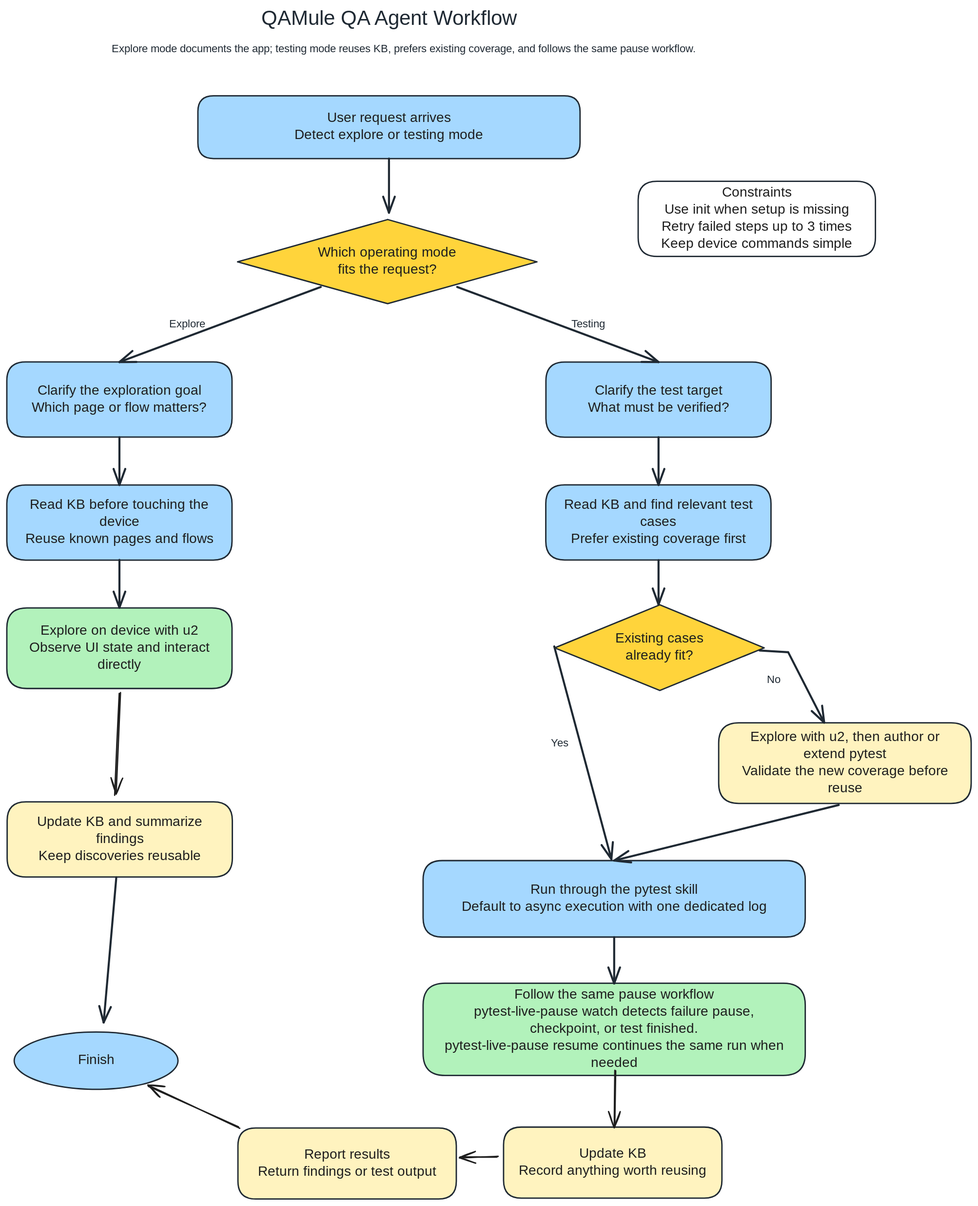
The Excalidraw diagram qa-agent-workflow-bilingual.excalidraw.svg in lanbaoshen/QAMule, before a commit. Source tidied: one line per element, renumbered; positions are measured from the earlier drawing's top-left corner, leaving out a move shared by most shapes.
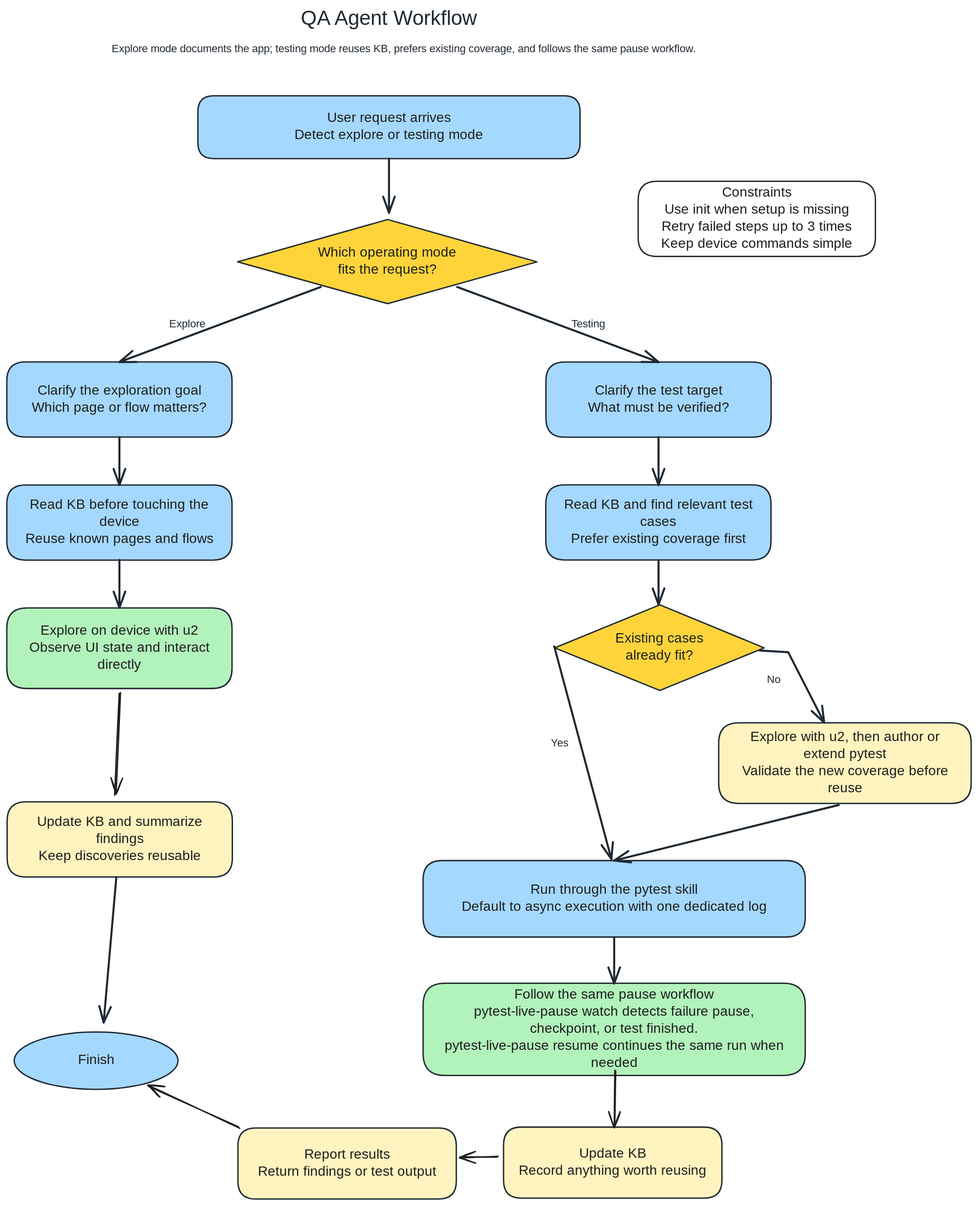
After the change.

Commit message:
fix: update agent names in SKILL.md for consistency and clarity

Diff of the diagram source:
```diff
@@ -1,4 +1,4 @@
-{"id": 0, "type": "text", "text": "QAMule QA Agent Workflow", "strokeColor": "#1f2933", "strokeWidth": 1, "roughness": 0, "fontSize": 30, "fontFamily": 5, "textAlign": "center", "x": 360, "y": 0, "width": 400, "height": 38}
+{"id": 0, "type": "text", "text": "QA Agent Workflow", "strokeColor": "#1f2933", "strokeWidth": 1, "roughness": 0, "fontSize": 30, "fontFamily": 5, "textAlign": "center", "x": 419, "y": 0, "width": 282, "height": 38}
 {"id": 1, "type": "text", "text": "Explore mode documents the app; testing mode reuses KB, prefers existing coverage, and follows the same pause workflow.", "strokeColor": "#1f2933", "strokeWidth": 1, "roughness": 0, "fontSize": 16, "fontFamily": 5, "textAlign": "center", "verticalAlign": "middle", "x": 100, "y": 52, "width": 963, "height": 20}
 {"id": 2, "type": "rectangle", "strokeColor": "#1f2933", "backgroundColor": "#a5d8ff", "fillStyle": "solid", "strokeWidth": 2, "roughness": 0, "round": true, "x": 280, "y": 130, "width": 560, "height": 92}
 {"id": 3, "type": "text", "text": "User request arrives\nDetect explore or testing mode", "strokeColor": "#1e1e1e", "strokeWidth": 2, "roughness": 1, "fontSize": 20, "fontFamily": 5, "textAlign": "center", "verticalAlign": "middle", "inside": 2, "x": 406, "y": 151, "width": 308, "height": 50}
```
